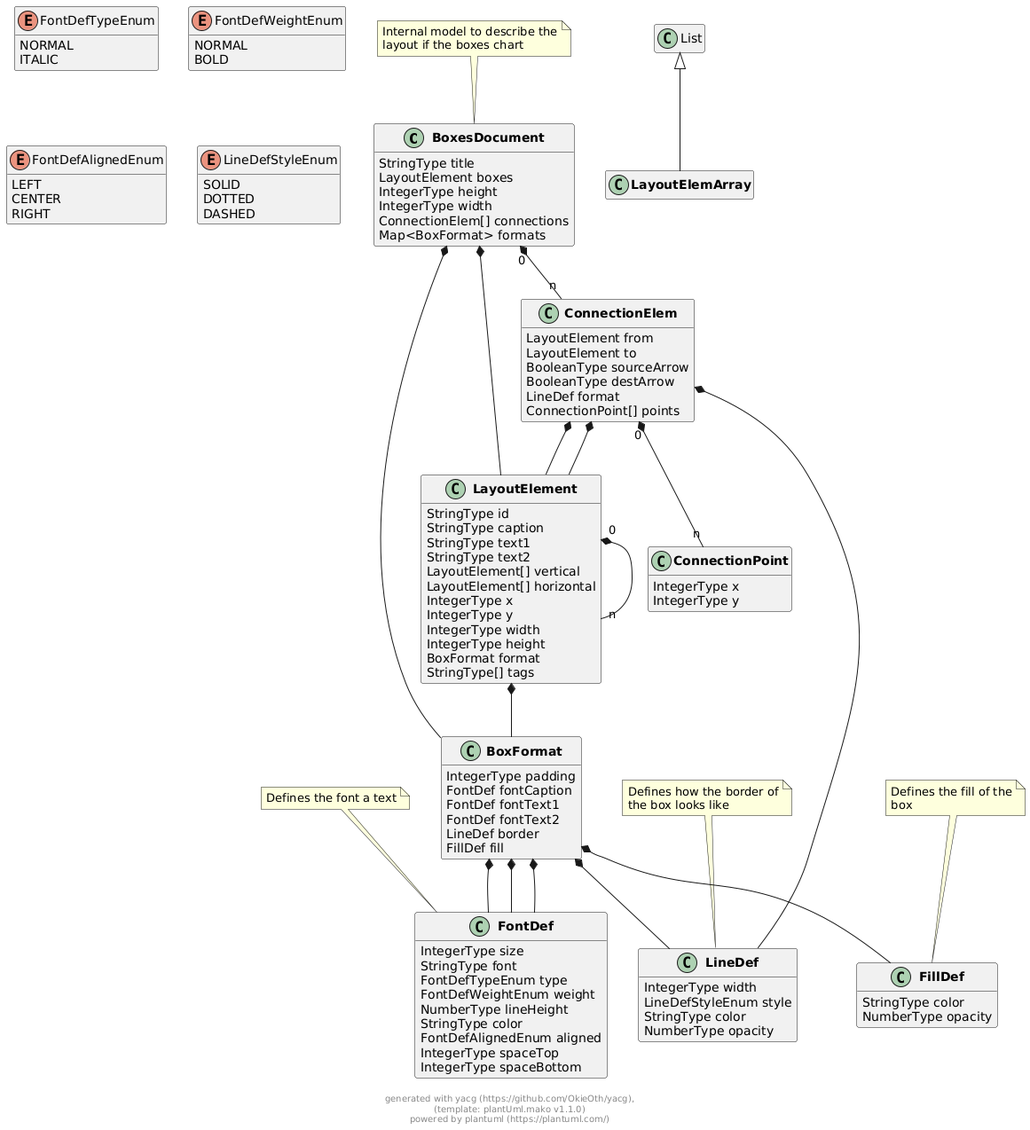
Before: docs/models/png/boxes_document.png, a diagram exported from PlantUML (OkieOth/draw.chart.things).
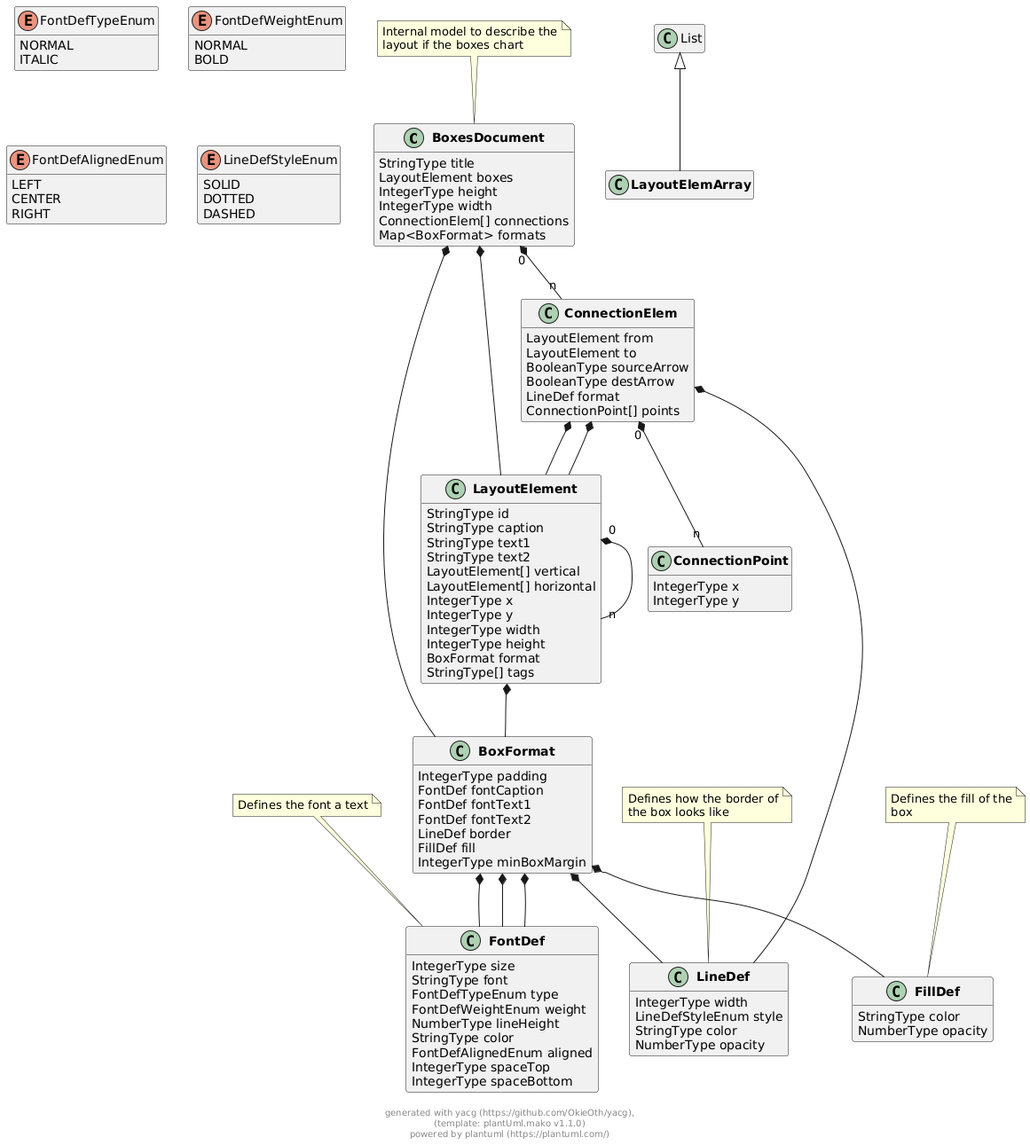
The same file after the commit.

Change to the diagram source:
```diff
@@ -51,6 +51,7 @@
         FontDef fontText2
         LineDef border
         FillDef fill
+        IntegerType minBoxMargin
 }
 
 
@@ -197,5 +198,6 @@
 
 
 
+
 footer \ngenerated with yacg (https://github.com/OkieOth/yacg),\n(template: plantUml.mako v1.1.0)\npowered by plantuml (https://plantuml.com/)
 @enduml
```
